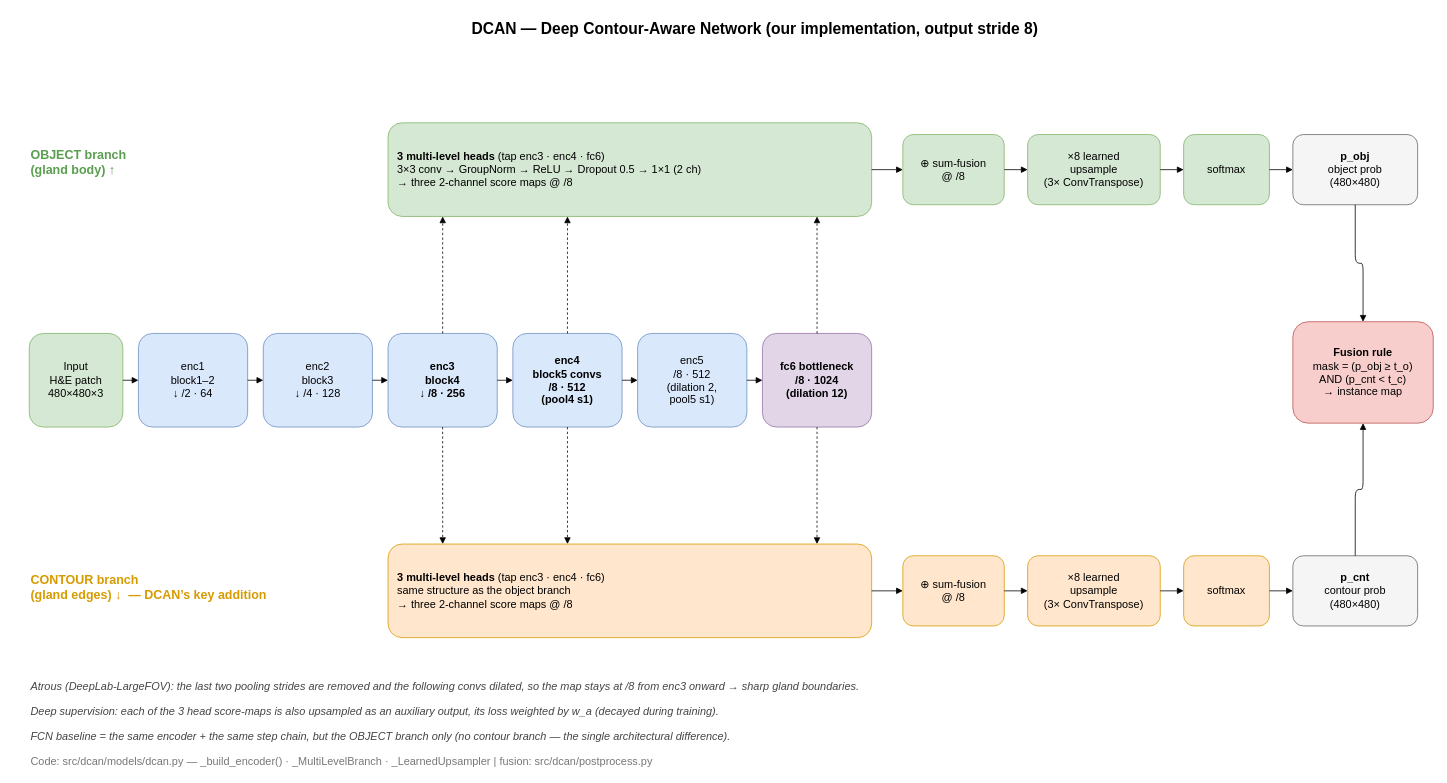
The draw.io diagram diagrams/01_model_architecture.drawio in ShamilKaleel/DCAN-Gland-Segmentation, before the edit. Source tidied: cells renumbered, new cells numbered last; positions are measured from the earlier drawing's top-left corner, leaving out a move shared by most shapes. Both pictures are drawn from the tidied source at 78%, with x=0, y=0 at pixel (29, 13).
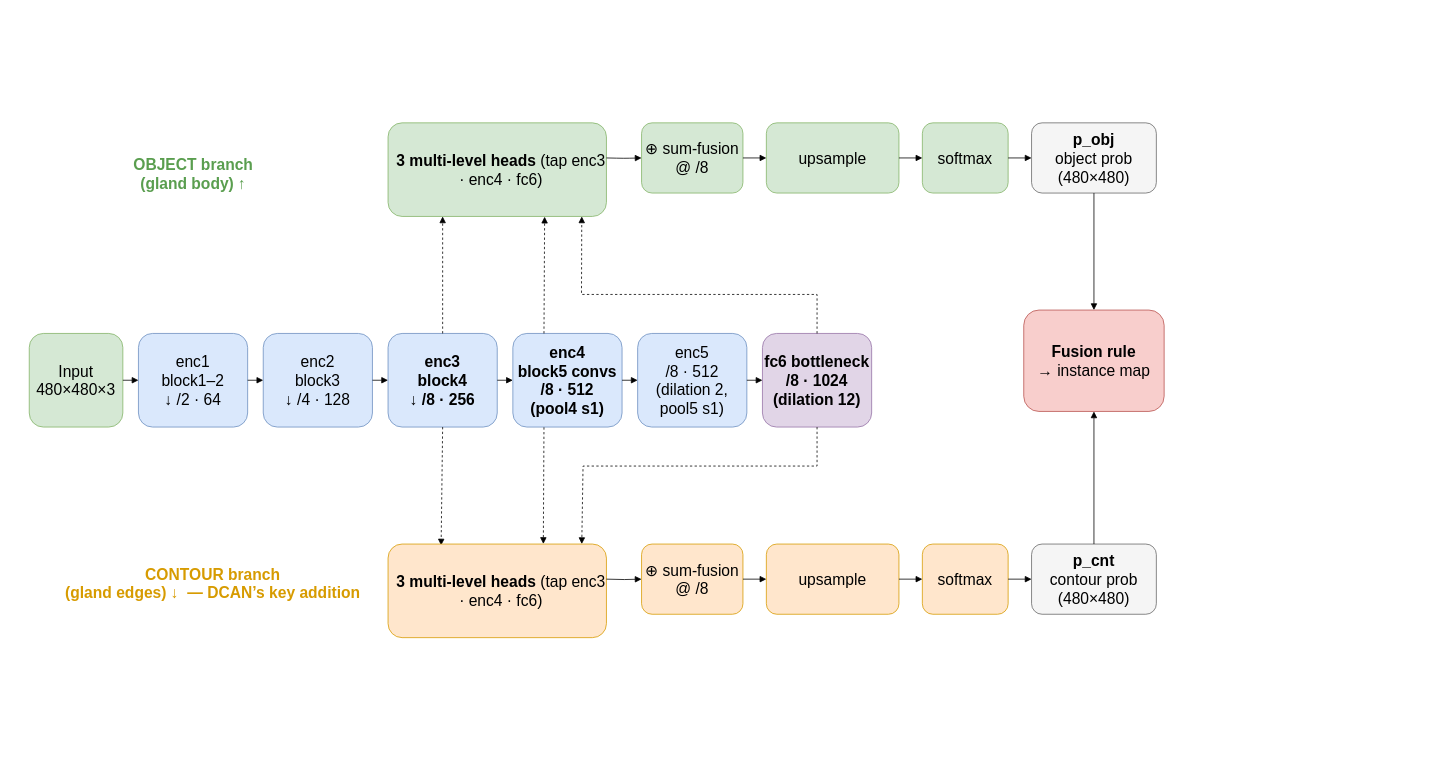
Above is the later version.

Change to the diagram source:
```diff
@@
-    <mxCell id="2" value="DCAN — Deep Contour-Aware Network (our implementation, output stride 8)" style="text;html=1;fontSize=20;fontStyle=1;align=center;verticalAlign=middle;" parent="1" vertex="1">
-      <mxGeometry x="430" width="1000" height="36" as="geometry" />
-    </mxCell>
+    <mxCell id="49" style="rounded=0;whiteSpace=wrap;html=1;strokeColor=none;" parent="1" vertex="1">
+      <mxGeometry x="-20" y="100" width="1500" height="740" as="geometry" />
+    </mxCell>
-    <mxCell id="3" value="OBJECT branch&lt;br&gt;(gland body) ↑" style="text;html=1;fontSize=16;fontStyle=1;align=left;fontColor=#5a9e4f;" parent="1" vertex="1">
-      <mxGeometry y="165" width="280" height="50" as="geometry" />
+    <mxCell id="3" value="OBJECT branch&lt;br&gt;(gland body) ↑" style="text;html=1;fontSize=20;fontStyle=1;align=center;fontColor=#5a9e4f;" parent="1" vertex="1">
+      <mxGeometry x="130" y="175" width="160" height="50" as="geometry" />
     </mxCell>
-    <mxCell id="4" value="CONTOUR branch&lt;br&gt;(gland edges) ↓  — DCAN’s key addition" style="text;html=1;fontSize=16;fontStyle=1;align=left;fontColor=#d79b00;" parent="1" vertex="1">
-      <mxGeometry y="710" width="380" height="50" as="geometry" />
+    <mxCell id="4" value="CONTOUR branch&lt;br&gt;(gland edges) ↓&amp;nbsp;&amp;nbsp;— DCAN’s key addition" style="text;html=1;fontSize=20;fontStyle=1;align=center;fontColor=#d79b00;" parent="1" vertex="1">
+      <mxGeometry x="50" y="700" width="370" height="50" as="geometry" />
     </mxCell>
-    <mxCell id="5" value="&lt;b&gt;3 multi-level heads&lt;/b&gt; (tap enc3 · enc4 · fc6)&lt;br&gt;3×3 conv → GroupNorm → ReLU → Dropout 0.5 → 1×1 (2 ch)&lt;br&gt;→ three 2-channel score maps @ /8" style="rounded=1;whiteSpace=wrap;html=1;fillColor=#d5e8d4;strokeColor=#82b366;fontSize=14;align=left;verticalAlign=middle;spacingLeft=10;" parent="1" vertex="1">
-      <mxGeometry x="460" y="140" width="620" height="120" as="geometry" />
+    <mxCell id="5" value="&lt;div&gt;&lt;font&gt;&lt;b style=&quot;background-color: transparent;&quot;&gt;3 multi-level heads&lt;/b&gt;&lt;span style=&quot;background-color: transparent;&quot;&gt; (tap enc3 · enc4 · fc6)&lt;/span&gt;&lt;/font&gt;&lt;/div&gt;" style="rounded=1;whiteSpace=wrap;html=1;fillColor=#d5e8d4;strokeColor=#82b366;fontSize=20;align=center;verticalAlign=middle;spacingLeft=10;" parent="1" vertex="1">
+      <mxGeometry x="460" y="140" width="280" height="120" as="geometry" />
     </mxCell>
-    <mxCell id="6" value="⊕ sum-fusion&lt;br&gt;@ /8" style="rounded=1;whiteSpace=wrap;html=1;fillColor=#d5e8d4;strokeColor=#82b366;fontSize=14;align=center;" parent="1" vertex="1">
-      <mxGeometry x="1120" y="155" width="130" height="90" as="geometry" />
+    <mxCell id="6" value="⊕ sum-fusion&lt;br&gt;@ /8" style="rounded=1;whiteSpace=wrap;html=1;fillColor=#d5e8d4;strokeColor=#82b366;fontSize=20;align=center;" parent="1" vertex="1">
+      <mxGeometry x="785" y="140" width="130" height="90" as="geometry" />
     </mxCell>
-    <mxCell id="7" value="×8 learned&lt;br&gt;upsample&lt;br&gt;(3× ConvTranspose)" style="rounded=1;whiteSpace=wrap;html=1;fillColor=#d5e8d4;strokeColor=#82b366;fontSize=14;align=center;" parent="1" vertex="1">
-      <mxGeometry x="1280" y="155" width="170" height="90" as="geometry" />
+    <mxCell id="7" value="upsample" style="rounded=1;whiteSpace=wrap;html=1;fillColor=#d5e8d4;strokeColor=#82b366;fontSize=20;align=center;" parent="1" vertex="1">
+      <mxGeometry x="945" y="140" width="170" height="90" as="geometry" />
     </mxCell>
-    <mxCell id="8" value="softmax" style="rounded=1;whiteSpace=wrap;html=1;fillColor=#d5e8d4;strokeColor=#82b366;fontSize=14;align=center;" parent="1" vertex="1">
-      <mxGeometry x="1480" y="155" width="110" height="90" as="geometry" />
+    <mxCell id="8" value="softmax" style="rounded=1;whiteSpace=wrap;html=1;fillColor=#d5e8d4;strokeColor=#82b366;fontSize=20;align=center;" parent="1" vertex="1">
+      <mxGeometry x="1145" y="140" width="110" height="90" as="geometry" />
     </mxCell>
-    <mxCell id="9" value="&lt;b&gt;p_obj&lt;/b&gt;&lt;br&gt;object prob&lt;br&gt;(480×480)" style="rounded=1;whiteSpace=wrap;html=1;fillColor=#f5f5f5;strokeColor=#666666;fontSize=14;align=center;" parent="1" vertex="1">
-      <mxGeometry x="1620" y="155" width="160" height="90" as="geometry" />
+    <mxCell id="9" value="&lt;b&gt;p_obj&lt;/b&gt;&lt;br&gt;object prob&lt;br&gt;(480×480)" style="rounded=1;whiteSpace=wrap;html=1;fillColor=#f5f5f5;strokeColor=#666666;fontSize=20;align=center;" parent="1" vertex="1">
+      <mxGeometry x="1285" y="140" width="160" height="90" as="geometry" />
     </mxCell>
-    <mxCell id="10" style="edgeStyle=orthogonalEdgeStyle;html=1;endArrow=block;exitX=1;exitY=0.5;entryX=0;entryY=0.5;" parent="1" edge="1" source="5" target="6">
-      <mxGeometry relative="1" as="geometry" />
+    <mxCell id="10" style="edgeStyle=orthogonalEdgeStyle;html=1;endArrow=block;entryX=0;entryY=0.5;fontSize=20;" parent="1" edge="1" target="6">
+      <mxGeometry relative="1" as="geometry">
+        <mxPoint x="740" y="185" as="sourcePoint" />
+      </mxGeometry>
     </mxCell>
-    <mxCell id="11" style="edgeStyle=orthogonalEdgeStyle;html=1;endArrow=block;exitX=1;exitY=0.5;entryX=0;entryY=0.5;" parent="1" edge="1" source="6" target="7">
+    <mxCell id="11" style="edgeStyle=orthogonalEdgeStyle;html=1;endArrow=block;exitX=1;exitY=0.5;entryX=0;entryY=0.5;fontSize=20;" parent="1" edge="1" source="6" target="7">
       <mxGeometry relative="1" as="geometry" />
     </mxCell>
-    <mxCell id="12" style="edgeStyle=orthogonalEdgeStyle;html=1;endArrow=block;exitX=1;exitY=0.5;entryX=0;entryY=0.5;" parent="1" edge="1" source="7" target="8">
+    <mxCell id="12" style="edgeStyle=orthogonalEdgeStyle;html=1;endArrow=block;exitX=1;exitY=0.5;entryX=0;entryY=0.5;fontSize=20;" parent="1" edge="1" source="7" target="8">
       <mxGeometry relative="1" as="geometry" />
     </mxCell>
-    <mxCell id="13" style="edgeStyle=orthogonalEdgeStyle;html=1;endArrow=block;exitX=1;exitY=0.5;entryX=0;entryY=0.5;" parent="1" edge="1" source="8" target="9">
+    <mxCell id="13" style="edgeStyle=orthogonalEdgeStyle;html=1;endArrow=block;exitX=1;exitY=0.5;entryX=0;entryY=0.5;fontSize=20;" parent="1" edge="1" source="8" target="9">
       <mxGeometry relative="1" as="geometry" />
     </mxCell>
-    <mxCell id="14" value="Input&lt;br&gt;H&amp;E patch&lt;br&gt;480×480×3" style="rounded=1;whiteSpace=wrap;html=1;fillColor=#d5e8d4;strokeColor=#82b366;fontSize=14;align=center;" parent="1" vertex="1">
+    <mxCell id="14" value="Input&lt;br&gt;480×480×3" style="rounded=1;whiteSpace=wrap;html=1;fillColor=#d5e8d4;strokeColor=#82b366;fontSize=20;align=center;" parent="1" vertex="1">
       <mxGeometry y="410" width="120" height="120" as="geometry" />
     </mxCell>
-    <mxCell id="15" value="enc1&lt;br&gt;block1–2&lt;br&gt;↓ /2 · 64" style="rounded=1;whiteSpace=wrap;html=1;fillColor=#dae8fc;strokeColor=#6c8ebf;fontSize=14;align=center;" parent="1" vertex="1">
+    <mxCell id="15" value="enc1&lt;br&gt;block1–2&lt;br&gt;↓ /2 · 64" style="rounded=1;whiteSpace=wrap;html=1;fillColor=#dae8fc;strokeColor=#6c8ebf;fontSize=20;align=center;" parent="1" vertex="1">
       <mxGeometry x="140" y="410" width="140" height="120" as="geometry" />
     </mxCell>
-    <mxCell id="16" value="enc2&lt;br&gt;block3&lt;br&gt;↓ /4 · 128" style="rounded=1;whiteSpace=wrap;html=1;fillColor=#dae8fc;strokeColor=#6c8ebf;fontSize=14;align=center;" parent="1" vertex="1">
+    <mxCell id="16" value="enc2&lt;br&gt;block3&lt;br&gt;↓ /4 · 128" style="rounded=1;whiteSpace=wrap;html=1;fillColor=#dae8fc;strokeColor=#6c8ebf;fontSize=20;align=center;" parent="1" vertex="1">
       <mxGeometry x="300" y="410" width="140" height="120" as="geometry" />
     </mxCell>
-    <mxCell id="17" value="enc3&lt;br&gt;block4&lt;br&gt;↓ /8 · 256" style="rounded=1;whiteSpace=wrap;html=1;fillColor=#dae8fc;strokeColor=#6c8ebf;fontSize=14;fontStyle=1;align=center;" parent="1" vertex="1">
+    <mxCell id="17" value="enc3&lt;br&gt;block4&lt;br&gt;↓ /8 · 256" style="rounded=1;whiteSpace=wrap;html=1;fillColor=#dae8fc;strokeColor=#6c8ebf;fontSize=20;fontStyle=1;align=center;" parent="1" vertex="1">
       <mxGeometry x="460" y="410" width="140" height="120" as="geometry" />
     </mxCell>
-    <mxCell id="18" value="enc4&lt;br&gt;block5 convs&lt;br&gt;/8 · 512&lt;br&gt;(pool4 s1)" style="rounded=1;whiteSpace=wrap;html=1;fillColor=#dae8fc;strokeColor=#6c8ebf;fontSize=14;fontStyle=1;align=center;" parent="1" vertex="1">
+    <mxCell id="18" value="enc4&lt;br&gt;block5 convs&lt;br&gt;/8 · 512&lt;br&gt;(pool4 s1)" style="rounded=1;whiteSpace=wrap;html=1;fillColor=#dae8fc;strokeColor=#6c8ebf;fontSize=20;fontStyle=1;align=center;" parent="1" vertex="1">
       <mxGeometry x="620" y="410" width="140" height="120" as="geometry" />
     </mxCell>
-    <mxCell id="19" value="enc5&lt;br&gt;/8 · 512&lt;br&gt;(dilation 2,&lt;br&gt;pool5 s1)" style="rounded=1;whiteSpace=wrap;html=1;fillColor=#dae8fc;strokeColor=#6c8ebf;fontSize=14;align=center;" parent="1" vertex="1">
+    <mxCell id="19" value="enc5&lt;br&gt;/8 · 512&lt;br&gt;(dilation 2,&lt;br&gt;pool5 s1)" style="rounded=1;whiteSpace=wrap;html=1;fillColor=#dae8fc;strokeColor=#6c8ebf;fontSize=20;align=center;" parent="1" vertex="1">
       <mxGeometry x="780" y="410" width="140" height="120" as="geometry" />
     </mxCell>
-    <mxCell id="20" value="fc6 bottleneck&lt;br&gt;/8 · 1024&lt;br&gt;(dilation 12)" style="rounded=1;whiteSpace=wrap;html=1;fillColor=#e1d5e7;strokeColor=#9673a6;fontSize=14;fontStyle=1;align=center;" parent="1" vertex="1">
+    <mxCell id="20" value="fc6 bottleneck&lt;br&gt;/8 · 1024&lt;br&gt;(dilation 12)" style="rounded=1;whiteSpace=wrap;html=1;fillColor=#e1d5e7;strokeColor=#9673a6;fontSize=20;fontStyle=1;align=center;" parent="1" vertex="1">
       <mxGeometry x="940" y="410" width="140" height="120" as="geometry" />
     </mxCell>
-    <mxCell id="21" style="edgeStyle=orthogonalEdgeStyle;html=1;endArrow=block;exitX=1;exitY=0.5;entryX=0;entryY=0.5;" parent="1" edge="1" source="14" target="15">
+    <mxCell id="21" style="edgeStyle=orthogonalEdgeStyle;html=1;endArrow=block;exitX=1;exitY=0.5;entryX=0;entryY=0.5;fontSize=20;" parent="1" edge="1" source="14" target="15">
       <mxGeometry relative="1" as="geometry" />
     </mxCell>
-    <mxCell id="22" style="edgeStyle=orthogonalEdgeStyle;html=1;endArrow=block;exitX=1;exitY=0.5;entryX=0;entryY=0.5;" parent="1" edge="1" source="15" target="16">
+    <mxCell id="22" style="edgeStyle=orthogonalEdgeStyle;html=1;endArrow=block;exitX=1;exitY=0.5;entryX=0;entryY=0.5;fontSize=20;" parent="1" edge="1" source="15" target="16">
       <mxGeometry relative="1" as="geometry" />
     </mxCell>
-    <mxCell id="23" style="edgeStyle=orthogonalEdgeStyle;html=1;endArrow=block;exitX=1;exitY=0.5;entryX=0;entryY=0.5;" parent="1" edge="1" source="16" target="17">
+    <mxCell id="23" style="edgeStyle=orthogonalEdgeStyle;html=1;endArrow=block;exitX=1;exitY=0.5;entryX=0;entryY=0.5;fontSize=20;" parent="1" edge="1" source="16" target="17">
       <mxGeometry relative="1" as="geometry" />
     </mxCell>
-    <mxCell id="24" style="edgeStyle=orthogonalEdgeStyle;html=1;endArrow=block;exitX=1;exitY=0.5;entryX=0;entryY=0.5;" parent="1" edge="1" source="17" target="18">
+    <mxCell id="24" style="edgeStyle=orthogonalEdgeStyle;html=1;endArrow=block;exitX=1;exitY=0.5;entryX=0;entryY=0.5;fontSize=20;" parent="1" edge="1" source="17" target="18">
       <mxGeometry relative="1" as="geometry" />
     </mxCell>
-    <mxCell id="25" style="edgeStyle=orthogonalEdgeStyle;html=1;endArrow=block;exitX=1;exitY=0.5;entryX=0;entryY=0.5;" parent="1" edge="1" source="18" target="19">
+    <mxCell id="25" style="edgeStyle=orthogonalEdgeStyle;html=1;endArrow=block;exitX=1;exitY=0.5;entryX=0;entryY=0.5;fontSize=20;" parent="1" edge="1" source="18" target="19">
       <mxGeometry relative="1" as="geometry" />
     </mxCell>
-    <mxCell id="26" style="edgeStyle=orthogonalEdgeStyle;html=1;endArrow=block;exitX=1;exitY=0.5;entryX=0;entryY=0.5;" parent="1" edge="1" source="19" target="20">
+    <mxCell id="26" style="edgeStyle=orthogonalEdgeStyle;html=1;endArrow=block;exitX=1;exitY=0.5;entryX=0;entryY=0.5;fontSize=20;" parent="1" edge="1" source="19" target="20">
       <mxGeometry relative="1" as="geometry" />
     </mxCell>
-    <mxCell id="27" style="edgeStyle=none;html=1;endArrow=block;dashed=1;exitX=0.5;exitY=0;entryX=0.113;entryY=1;" parent="1" edge="1" source="17" target="5">
+    <mxCell id="27" style="edgeStyle=none;html=1;endArrow=block;dashed=1;exitX=0.5;exitY=0;entryX=0.25;entryY=1;fontSize=20;entryDx=0;entryDy=0;" parent="1" edge="1" source="17" target="5">
       <mxGeometry relative="1" as="geometry" />
     </mxCell>
-    <mxCell id="28" style="edgeStyle=none;html=1;endArrow=block;dashed=1;exitX=0.5;exitY=0;entryX=0.371;entryY=1;" parent="1" edge="1" source="18" target="5">
+    <mxCell id="28" style="edgeStyle=none;html=1;endArrow=block;dashed=1;exitX=0.285;exitY=0;entryX=0.717;entryY=1.003;fontSize=20;exitDx=0;exitDy=0;exitPerimeter=0;entryDx=0;entryDy=0;entryPerimeter=0;" parent="1" edge="1" source="18" target="5">
       <mxGeometry relative="1" as="geometry" />
     </mxCell>
-    <mxCell id="29" style="edgeStyle=none;html=1;endArrow=block;dashed=1;exitX=0.5;exitY=0;entryX=0.887;entryY=1;" parent="1" edge="1" source="20" target="5">
-      <mxGeometry relative="1" as="geometry" />
+    <mxCell id="29" style="edgeStyle=none;html=1;endArrow=block;dashed=1;exitX=0.5;exitY=0;entryX=0.887;entryY=1;fontSize=20;rounded=0;curved=0;" parent="1" edge="1" source="20" target="5">
+      <mxGeometry relative="1" as="geometry">
+        <Array as="points">
+          <mxPoint x="1010" y="360" />
+          <mxPoint x="708" y="360" />
+        </Array>
+      </mxGeometry>
     </mxCell>
-    <mxCell id="30" style="edgeStyle=none;html=1;endArrow=block;dashed=1;exitX=0.5;exitY=1;entryX=0.113;entryY=0;" parent="1" edge="1" source="17" target="33">
+    <mxCell id="30" style="edgeStyle=none;html=1;endArrow=block;dashed=1;exitX=0.5;exitY=1;entryX=0.243;entryY=0.015;fontSize=20;entryDx=0;entryDy=0;entryPerimeter=0;" parent="1" edge="1" source="17" target="33">
       <mxGeometry relative="1" as="geometry" />
     </mxCell>
-    <mxCell id="31" style="edgeStyle=none;html=1;endArrow=block;dashed=1;exitX=0.5;exitY=1;entryX=0.371;entryY=0;" parent="1" edge="1" source="18" target="33">
+    <mxCell id="31" style="edgeStyle=none;html=1;endArrow=block;dashed=1;exitX=0.285;exitY=1.003;entryX=0.711;entryY=-0.001;fontSize=20;exitDx=0;exitDy=0;entryDx=0;entryDy=0;entryPerimeter=0;exitPerimeter=0;" parent="1" edge="1" source="18" target="33">
       <mxGeometry relative="1" as="geometry" />
     </mxCell>
-    <mxCell id="32" style="edgeStyle=none;html=1;endArrow=block;dashed=1;exitX=0.5;exitY=1;entryX=0.887;entryY=0;" parent="1" edge="1" source="20" target="33">
-      <mxGeometry relative="1" as="geometry" />
+    <mxCell id="32" style="edgeStyle=none;html=1;endArrow=block;dashed=1;exitX=0.5;exitY=1;entryX=0.887;entryY=0;fontSize=20;rounded=0;curved=0;" parent="1" edge="1" source="20" target="33">
+      <mxGeometry relative="1" as="geometry">
+        <Array as="points">
+          <mxPoint x="1010" y="580" />
+          <mxPoint x="710" y="580" />
+        </Array>
+      </mxGeometry>
     </mxCell>
-    <mxCell id="33" value="&lt;b&gt;3 multi-level heads&lt;/b&gt; (tap enc3 · enc4 · fc6)&lt;br&gt;same structure as the object branch&lt;br&gt;→ three 2-channel score maps @ /8" style="rounded=1;whiteSpace=wrap;html=1;fillColor=#ffe6cc;strokeColor=#d79b00;fontSize=14;align=left;verticalAlign=middle;spacingLeft=10;" parent="1" vertex="1">
-      <mxGeometry x="460" y="680" width="620" height="120" as="geometry" />
+    <mxCell id="33" value="&lt;div&gt;&lt;font&gt;&lt;b style=&quot;background-color: transparent;&quot;&gt;3 multi-level heads&lt;/b&gt;&lt;span style=&quot;background-color: transparent;&quot;&gt; (tap enc3 · enc4 · fc6)&lt;/span&gt;&lt;/font&gt;&lt;/div&gt;" style="rounded=1;whiteSpace=wrap;html=1;fillColor=#ffe6cc;strokeColor=#d79b00;fontSize=20;align=center;verticalAlign=middle;spacingLeft=10;" parent="1" vertex="1">
+      <mxGeometry x="460" y="680" width="280" height="120" as="geometry" />
     </mxCell>
-    <mxCell id="34" value="⊕ sum-fusion&lt;br&gt;@ /8" style="rounded=1;whiteSpace=wrap;html=1;fillColor=#ffe6cc;strokeColor=#d79b00;fontSize=14;align=center;" parent="1" vertex="1">
-      <mxGeometry x="1120" y="695" width="130" height="90" as="geometry" />
+    <mxCell id="34" value="⊕ sum-fusion&lt;br&gt;@ /8" style="rounded=1;whiteSpace=wrap;html=1;fillColor=#ffe6cc;strokeColor=#d79b00;fontSize=20;align=center;" parent="1" vertex="1">
+      <mxGeometry x="785" y="680" width="130" height="90" as="geometry" />
     </mxCell>
-    <mxCell id="35" value="×8 learned&lt;br&gt;upsample&lt;br&gt;(3× ConvTranspose)" style="rounded=1;whiteSpace=wrap;html=1;fillColor=#ffe6cc;strokeColor=#d79b00;fontSize=14;align=center;" parent="1" vertex="1">
-      <mxGeometry x="1280" y="695" width="170" height="90" as="geometry" />
+    <mxCell id="35" value="upsample" style="rounded=1;whiteSpace=wrap;html=1;fillColor=#ffe6cc;strokeColor=#d79b00;fontSize=20;align=center;" parent="1" vertex="1">
+      <mxGeometry x="945" y="680" width="170" height="90" as="geometry" />
     </mxCell>
-    <mxCell id="36" value="softmax" style="rounded=1;whiteSpace=wrap;html=1;fillColor=#ffe6cc;strokeColor=#d79b00;fontSize=14;align=center;" parent="1" vertex="1">
-      <mxGeometry x="1480" y="695" width="110" height="90" as="geometry" />
+    <mxCell id="36" value="softmax" style="rounded=1;whiteSpace=wrap;html=1;fillColor=#ffe6cc;strokeColor=#d79b00;fontSize=20;align=center;" parent="1" vertex="1">
+      <mxGeometry x="1145" y="680" width="110" height="90" as="geometry" />
     </mxCell>
-    <mxCell id="37" value="&lt;b&gt;p_cnt&lt;/b&gt;&lt;br&gt;contour prob&lt;br&gt;(480×480)" style="rounded=1;whiteSpace=wrap;html=1;fillColor=#f5f5f5;strokeColor=#666666;fontSize=14;align=center;" parent="1" vertex="1">
-      <mxGeometry x="1620" y="695" width="160" height="90" as="geometry" />
+    <mxCell id="37" value="&lt;b&gt;p_cnt&lt;/b&gt;&lt;br&gt;contour prob&lt;br&gt;(480×480)" style="rounded=1;whiteSpace=wrap;html=1;fillColor=#f5f5f5;strokeColor=#666666;fontSize=20;align=center;" parent="1" vertex="1">
+      <mxGeometry x="1285" y="680" width="160" height="90" as="geometry" />
     </mxCell>
-    <mxCell id="38" style="edgeStyle=orthogonalEdgeStyle;html=1;endArrow=block;exitX=1;exitY=0.5;entryX=0;entryY=0.5;" parent="1" edge="1" source="33" target="34">
-      <mxGeometry relative="1" as="geometry" />
+    <mxCell id="38" style="edgeStyle=orthogonalEdgeStyle;html=1;endArrow=block;entryX=0;entryY=0.5;fontSize=20;rounded=0;curved=0;" parent="1" edge="1" target="34">
+      <mxGeometry relative="1" as="geometry">
+        <mxPoint x="740" y="725" as="sourcePoint" />
+      </mxGeometry>
     </mxCell>
-    <mxCell id="39" style="edgeStyle=orthogonalEdgeStyle;html=1;endArrow=block;exitX=1;exitY=0.5;entryX=0;entryY=0.5;" parent="1" edge="1" source="34" target="35">
+    <mxCell id="39" style="edgeStyle=orthogonalEdgeStyle;html=1;endArrow=block;exitX=1;exitY=0.5;entryX=0;entryY=0.5;fontSize=20;" parent="1" edge="1" source="34" target="35">
       <mxGeometry relative="1" as="geometry" />
     </mxCell>
-    <mxCell id="40" style="edgeStyle=orthogonalEdgeStyle;html=1;endArrow=block;exitX=1;exitY=0.5;entryX=0;entryY=0.5;" parent="1" edge="1" source="35" target="36">
+    <mxCell id="40" style="edgeStyle=orthogonalEdgeStyle;html=1;endArrow=block;exitX=1;exitY=0.5;entryX=0;entryY=0.5;fontSize=20;" parent="1" edge="1" source="35" target="36">
       <mxGeometry relative="1" as="geometry" />
     </mxCell>
-    <mxCell id="41" style="edgeStyle=orthogonalEdgeStyle;html=1;endArrow=block;exitX=1;exitY=0.5;entryX=0;entryY=0.5;" parent="1" edge="1" source="36" target="37">
+    <mxCell id="41" style="edgeStyle=orthogonalEdgeStyle;html=1;endArrow=block;exitX=1;exitY=0.5;entryX=0;entryY=0.5;fontSize=20;" parent="1" edge="1" source="36" target="37">
       <mxGeometry relative="1" as="geometry" />
     </mxCell>
-    <mxCell id="42" value="&lt;b&gt;Fusion rule&lt;/b&gt;&lt;br&gt;mask = (p_obj ≥ t_o)&lt;br&gt;AND (p_cnt &lt; t_c)&lt;br&gt;→ instance map" style="rounded=1;whiteSpace=wrap;html=1;fillColor=#f8cecc;strokeColor=#b85450;fontSize=14;align=center;verticalAlign=middle;" parent="1" vertex="1">
-      <mxGeometry x="1620" y="395" width="180" height="130" as="geometry" />
+    <mxCell id="42" value="&lt;b&gt;Fusion rule&lt;/b&gt;&lt;br&gt;→ instance map" style="rounded=1;whiteSpace=wrap;html=1;fillColor=#f8cecc;strokeColor=#b85450;fontSize=20;align=center;verticalAlign=middle;" parent="1" vertex="1">
+      <mxGeometry x="1275" y="380" width="180" height="130" as="geometry" />
     </mxCell>
-    <mxCell id="43" style="edgeStyle=orthogonalEdgeStyle;html=1;endArrow=block;exitX=0.5;exitY=1;entryX=0.5;entryY=0;" parent="1" edge="1" source="9" target="42">
+    <mxCell id="43" style="edgeStyle=orthogonalEdgeStyle;html=1;endArrow=block;exitX=0.5;exitY=1;entryX=0.5;entryY=0;fontSize=20;" parent="1" edge="1" source="9" target="42">
       <mxGeometry relative="1" as="geometry" />
     </mxCell>
-    <mxCell id="44" style="edgeStyle=orthogonalEdgeStyle;html=1;endArrow=block;exitX=0.5;exitY=0;entryX=0.5;entryY=1;" parent="1" edge="1" source="37" target="42">
+    <mxCell id="44" style="edgeStyle=orthogonalEdgeStyle;html=1;endArrow=block;exitX=0.5;exitY=0;entryX=0.5;entryY=1;fontSize=20;" parent="1" edge="1" source="37" target="42">
       <mxGeometry relative="1" as="geometry" />
     </mxCell>
-    <mxCell id="45" value="Atrous (DeepLab-LargeFOV): the last two pooling strides are removed and the following convs dilated, so the map stays at /8 from enc3 onward → sharp gland boundaries." style="text;html=1;fontSize=14;fontStyle=2;align=left;fontColor=#444444;" parent="1" vertex="1">
-      <mxGeometry y="848" width="1780" height="26" as="geometry" />
-    </mxCell>
-    <mxCell id="46" value="Deep supervision: each of the 3 head score-maps is also upsampled as an auxiliary output, its loss weighted by w_a (decayed during training)." style="text;html=1;fontSize=14;fontStyle=2;align=left;fontColor=#444444;" parent="1" vertex="1">
-      <mxGeometry y="880" width="1780" height="26" as="geometry" />
-    </mxCell>
-    <mxCell id="47" value="FCN baseline = the same encoder + the same step chain, but the OBJECT branch only (no contour branch — the single architectural difference)." style="text;html=1;fontSize=14;fontStyle=2;align=left;fontColor=#444444;" parent="1" vertex="1">
-      <mxGeometry y="912" width="1780" height="26" as="geometry" />
-    </mxCell>
-    <mxCell id="48" value="Code: src/dcan/models/dcan.py — _build_encoder() · _MultiLevelBranch · _LearnedUpsampler   |   fusion: src/dcan/postprocess.py" style="text;html=1;fontSize=14;align=left;fontColor=#777777;" parent="1" vertex="1">
-      <mxGeometry y="944" width="1780" height="26" as="geometry" />
-    </mxCell>
```
